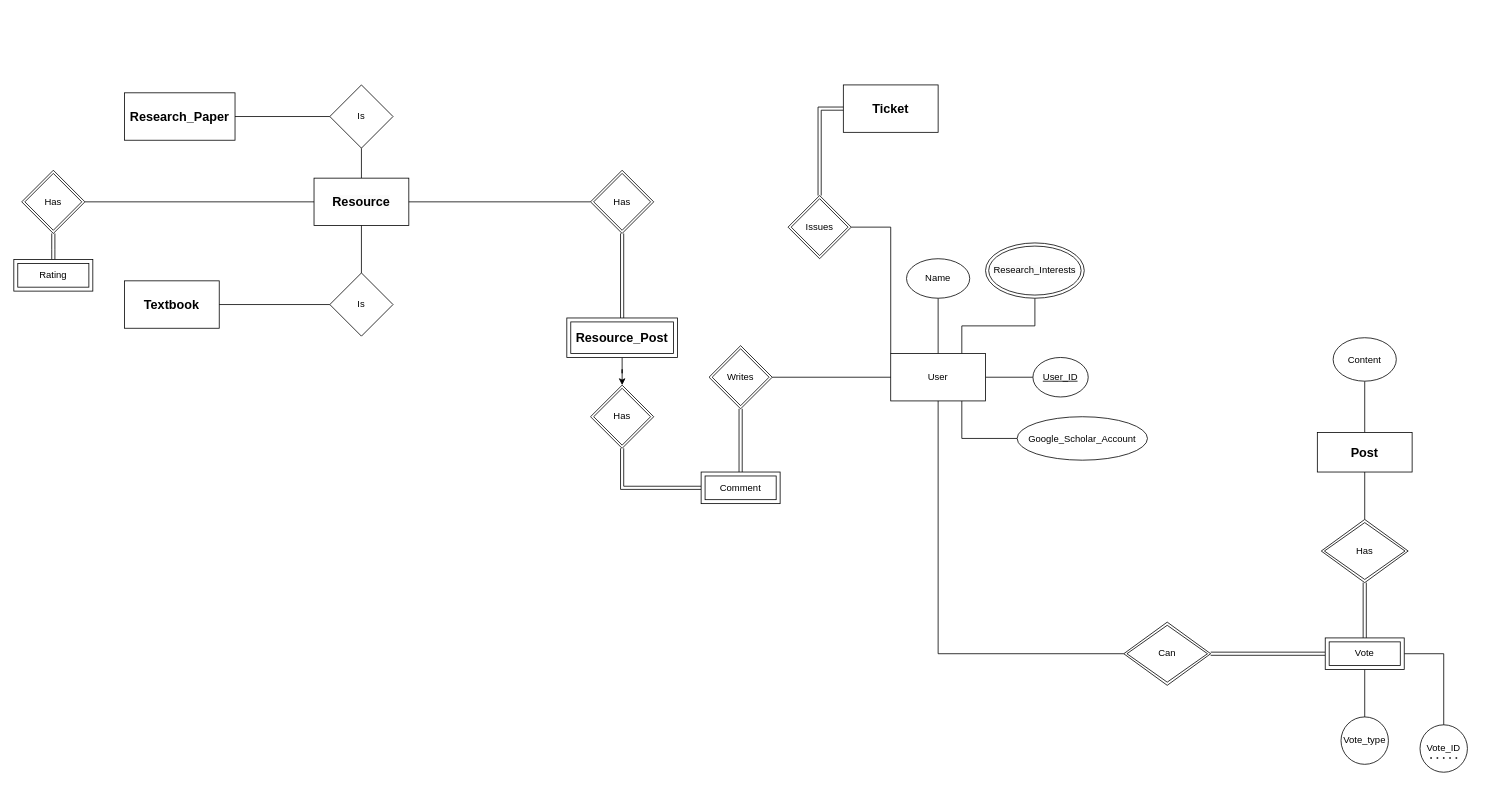
Above: ER Diagram.drawio in muhammed-ayman/ScholarStack (draw.io), before the change. Source tidied: cells renumbered, new cells numbered last; positions are measured from the earlier drawing's top-left corner, leaving out a move shared by most shapes. Both pictures are drawn from the tidied source at 79%, with x=0, y=0 at pixel (13, 85).
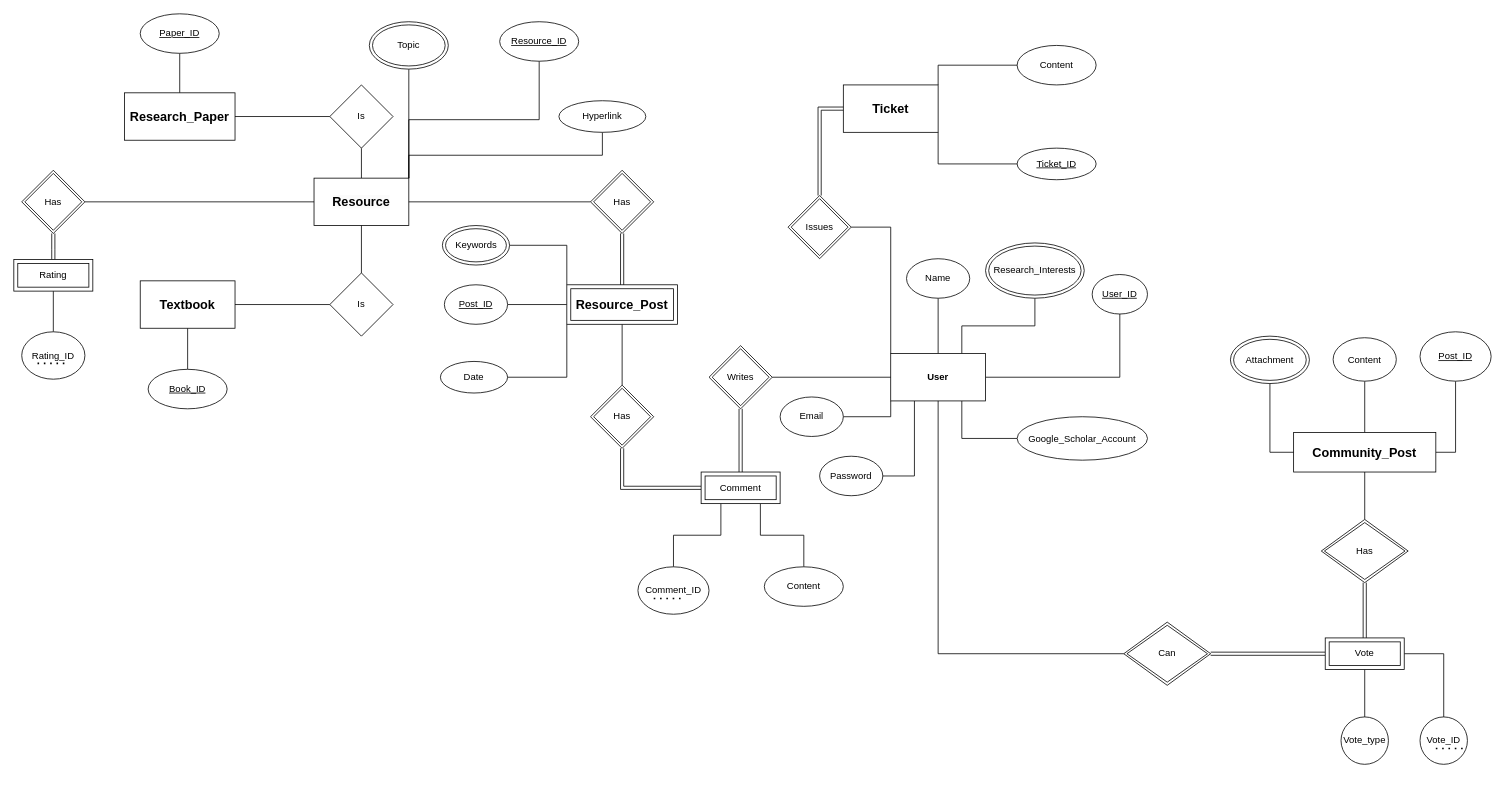
The same diagram, later.

Commit message:
added entities' attributes

The change refers to these unchanged cells:
```xml
<mxCell id="7" value="&lt;b id=&quot;docs-internal-guid-0319a5cd-7fff-a8cc-95c2-bb4110cfee90&quot; style=&quot;font-weight:normal;&quot;&gt;&lt;span style=&quot;font-size: 12pt; font-family: Arial; color: rgb(0, 0, 0); background-color: transparent; font-weight: 700; font-style: normal; font-variant: normal; text-decoration: none; vertical-align: baseline;&quot;&gt;Ticket&lt;/span&gt;&lt;/b&gt;" style="rounded=0;whiteSpace=wrap;html=1;" parent="1" vertex="1">
  <mxGeometry x="1050" width="120" height="60" as="geometry" />
</mxCell>
<mxCell id="13" value="&lt;b style=&quot;border-color: var(--border-color); color: rgb(0, 0, 0); font-family: Arial; font-size: 16px; font-style: normal; font-variant-ligatures: normal; font-variant-caps: normal; letter-spacing: normal; orphans: 2; text-align: center; text-indent: 0px; text-transform: none; widows: 2; word-spacing: 0px; -webkit-text-stroke-width: 0px; background-color: rgb(251, 251, 251); text-decoration-thickness: initial; text-decoration-style: initial; text-decoration-color: initial;&quot;&gt;Resource&lt;/b&gt;" style="rounded=0;whiteSpace=wrap;html=1;" parent="1" vertex="1">
  <mxGeometry x="380" y="118" width="120" height="60" as="geometry" />
</mxCell>
<mxCell id="14" value="&lt;font face=&quot;Arial&quot;&gt;&lt;span style=&quot;font-size: 16px;&quot;&gt;&lt;b&gt;Research_Paper&lt;/b&gt;&lt;/span&gt;&lt;/font&gt;" style="rounded=0;whiteSpace=wrap;html=1;" parent="1" vertex="1">
  <mxGeometry x="140" y="10" width="140" height="60" as="geometry" />
</mxCell>
<mxCell id="39" value="Rating" style="shape=ext;margin=3;double=1;whiteSpace=wrap;html=1;align=center;rounded=0;" parent="1" vertex="1">
  <mxGeometry y="221" width="100" height="40" as="geometry" />
</mxCell>
<mxCell id="46" value="Has" style="shape=rhombus;double=1;perimeter=rhombusPerimeter;whiteSpace=wrap;html=1;align=center;" parent="1" vertex="1">
  <mxGeometry x="730" y="380" width="80" height="80" as="geometry" />
</mxCell>
<mxCell id="47" value="Comment" style="shape=ext;margin=3;double=1;whiteSpace=wrap;html=1;align=center;rounded=0;" parent="1" vertex="1">
  <mxGeometry x="870" y="490" width="100" height="40" as="geometry" />
</mxCell>
```

What changed in the source:
```diff
@@
+    <mxCell id="54" style="edgeStyle=orthogonalEdgeStyle;rounded=0;jettySize=auto;html=1;exitX=0;exitY=1;exitDx=0;exitDy=0;entryX=1;entryY=0.5;entryDx=0;entryDy=0;endArrow=none;endFill=0;" parent="1" edge="1" source="6" target="73">
+      <mxGeometry relative="1" as="geometry" />
+    </mxCell>
+    <mxCell id="55" style="edgeStyle=orthogonalEdgeStyle;rounded=0;jettySize=auto;html=1;exitX=0.25;exitY=1;exitDx=0;exitDy=0;entryX=1;entryY=0.5;entryDx=0;entryDy=0;endArrow=none;endFill=0;" parent="1" edge="1" source="6" target="74">
+      <mxGeometry relative="1" as="geometry" />
+    </mxCell>
-    <mxCell id="6" value="User" style="rounded=0;whiteSpace=wrap;html=1;" parent="1" vertex="1">
+    <mxCell id="6" value="User" style="rounded=0;whiteSpace=wrap;html=1;fontStyle=1;" parent="1" vertex="1">
       <mxGeometry x="1110" y="340" width="120" height="60" as="geometry" />
     </mxCell>
+    <mxCell id="56" style="edgeStyle=orthogonalEdgeStyle;rounded=0;jettySize=auto;html=1;exitX=1;exitY=0;exitDx=0;exitDy=0;endArrow=none;endFill=0;" parent="1" edge="1" source="7" target="76">
+      <mxGeometry relative="1" as="geometry" />
+    </mxCell>
+    <mxCell id="57" style="edgeStyle=orthogonalEdgeStyle;rounded=0;jettySize=auto;html=1;exitX=1;exitY=1;exitDx=0;exitDy=0;entryX=0;entryY=0.5;entryDx=0;entryDy=0;endArrow=none;endFill=0;" parent="1" edge="1" source="7" target="75">
+      <mxGeometry relative="1" as="geometry" />
+    </mxCell>
@@
+    <mxCell id="58" style="edgeStyle=orthogonalEdgeStyle;rounded=0;jettySize=auto;html=1;entryX=0.5;entryY=0;entryDx=0;entryDy=0;endArrow=none;endFill=0;" parent="1" edge="1" source="8" target="84">
+      <mxGeometry relative="1" as="geometry" />
+    </mxCell>
     <mxCell id="8" value="&lt;b id=&quot;docs-internal-guid-718b6a08-7fff-b9a7-0453-49510cfb1dfd&quot; style=&quot;font-weight:normal;&quot;&gt;&lt;span style=&quot;font-size: 12pt; font-family: Arial; color: rgb(0, 0, 0); background-color: transparent; font-weight: 700; font-style: normal; font-variant: normal; text-decoration: none; vertical-align: baseline;&quot;&gt;Textbook&lt;/span&gt;&lt;/b&gt;" style="rounded=0;whiteSpace=wrap;html=1;" parent="1" vertex="1">
-      <mxGeometry x="140" y="248" width="120" height="60" as="geometry" />
+      <mxGeometry x="160" y="248" width="120" height="60" as="geometry" />
     </mxCell>
@@
+    <mxCell id="59" style="edgeStyle=orthogonalEdgeStyle;rounded=0;jettySize=auto;html=1;exitX=1;exitY=0.5;exitDx=0;exitDy=0;entryX=0.5;entryY=1;entryDx=0;entryDy=0;endArrow=none;endFill=0;" parent="1" edge="1" source="10" target="72">
+      <mxGeometry relative="1" as="geometry" />
+    </mxCell>
-    <mxCell id="10" value="&lt;b id=&quot;docs-internal-guid-7c196727-7fff-cf44-8b81-c02ef0bab3d8&quot; style=&quot;font-weight:normal;&quot;&gt;&lt;span style=&quot;font-size: 12pt; font-family: Arial; color: rgb(0, 0, 0); background-color: transparent; font-weight: 700; font-style: normal; font-variant: normal; text-decoration: none; vertical-align: baseline;&quot;&gt;Post&lt;/span&gt;&lt;/b&gt;" style="rounded=0;whiteSpace=wrap;html=1;" parent="1" vertex="1">
-      <mxGeometry x="1650" y="440" width="120" height="50" as="geometry" />
+    <mxCell id="10" value="&lt;b id=&quot;docs-internal-guid-7c196727-7fff-cf44-8b81-c02ef0bab3d8&quot; style=&quot;font-weight:normal;&quot;&gt;&lt;span style=&quot;font-size: 12pt; font-family: Arial; color: rgb(0, 0, 0); background-color: transparent; font-weight: 700; font-style: normal; font-variant: normal; text-decoration: none; vertical-align: baseline;&quot;&gt;Community_Post&lt;/span&gt;&lt;/b&gt;" style="rounded=0;whiteSpace=wrap;html=1;" parent="1" vertex="1">
+      <mxGeometry x="1620" y="440" width="180" height="50" as="geometry" />
     </mxCell>
@@
+    <mxCell id="60" style="edgeStyle=orthogonalEdgeStyle;rounded=0;jettySize=auto;html=1;exitX=1;exitY=0;exitDx=0;exitDy=0;entryX=0.5;entryY=1;entryDx=0;entryDy=0;endArrow=none;endFill=0;" parent="1" edge="1" source="13" target="81">
+      <mxGeometry relative="1" as="geometry" />
+    </mxCell>
+    <mxCell id="61" style="edgeStyle=orthogonalEdgeStyle;rounded=0;jettySize=auto;html=1;exitX=1;exitY=0;exitDx=0;exitDy=0;endArrow=none;endFill=0;" parent="1" edge="1" source="13" target="82">
+      <mxGeometry relative="1" as="geometry" />
+    </mxCell>
+    <mxCell id="62" style="edgeStyle=orthogonalEdgeStyle;rounded=0;jettySize=auto;html=1;exitX=1;exitY=0;exitDx=0;exitDy=0;entryX=0.5;entryY=1;entryDx=0;entryDy=0;endArrow=none;endFill=0;" parent="1" edge="1" source="13" target="85">
+      <mxGeometry relative="1" as="geometry" />
+    </mxCell>
@@
+    <mxCell id="63" style="edgeStyle=orthogonalEdgeStyle;rounded=0;jettySize=auto;html=1;entryX=0.5;entryY=1;entryDx=0;entryDy=0;endArrow=none;endFill=0;" parent="1" edge="1" source="14" target="83">
+      <mxGeometry relative="1" as="geometry" />
+    </mxCell>
@@
     <mxCell id="17" value="Vote_ID" style="ellipse;whiteSpace=wrap;html=1;" parent="1" vertex="1">
-      <mxGeometry x="1780" y="810" width="60" height="60" as="geometry" />
+      <mxGeometry x="1780" y="800" width="60" height="60" as="geometry" />
     </mxCell>
@@
     <mxCell id="22" style="endArrow=none;dashed=1;html=1;dashPattern=1 3;strokeWidth=2;rounded=0;" parent="1" edge="1">
       <mxGeometry relative="1" as="geometry">
-        <mxPoint x="1793" y="852" as="sourcePoint" />
-        <mxPoint x="1833" y="852" as="targetPoint" />
+        <mxPoint x="1800" y="840" as="sourcePoint" />
+        <mxPoint x="1840" y="840" as="targetPoint" />
       </mxGeometry>
     </mxCell>
@@
     <mxCell id="26" value="&lt;u&gt;User_ID&lt;/u&gt;" style="ellipse;whiteSpace=wrap;html=1;rounded=0;" parent="1" vertex="1">
-      <mxGeometry x="1290" y="345" width="70" height="50" as="geometry" />
+      <mxGeometry x="1365" y="240" width="70" height="50" as="geometry" />
     </mxCell>
@@
+    <mxCell id="64" style="edgeStyle=orthogonalEdgeStyle;rounded=0;jettySize=auto;html=1;exitX=0.5;exitY=1;exitDx=0;exitDy=0;endArrow=none;endFill=0;" parent="1" edge="1" source="39" target="88">
+      <mxGeometry relative="1" as="geometry" />
+    </mxCell>
@@
-    <mxCell id="40" style="edgeStyle=orthogonalEdgeStyle;rounded=0;jettySize=auto;html=1;exitX=0.5;exitY=1;exitDx=0;exitDy=0;" parent="1" edge="1" source="41" target="46">
+    <mxCell id="40" style="edgeStyle=orthogonalEdgeStyle;rounded=0;jettySize=auto;html=1;exitX=0.5;exitY=1;exitDx=0;exitDy=0;endArrow=none;endFill=0;" parent="1" edge="1" source="41" target="46">
       <mxGeometry relative="1" as="geometry" />
     </mxCell>
+    <mxCell id="65" style="edgeStyle=orthogonalEdgeStyle;rounded=0;jettySize=auto;html=1;exitX=0;exitY=0.5;exitDx=0;exitDy=0;entryX=1;entryY=0.5;entryDx=0;entryDy=0;endArrow=none;endFill=0;" parent="1" edge="1" source="41" target="78">
+      <mxGeometry relative="1" as="geometry" />
+    </mxCell>
+    <mxCell id="66" style="edgeStyle=orthogonalEdgeStyle;rounded=0;jettySize=auto;html=1;exitX=0;exitY=1;exitDx=0;exitDy=0;entryX=1;entryY=0.5;entryDx=0;entryDy=0;endArrow=none;endFill=0;" parent="1" edge="1" source="41" target="79">
+      <mxGeometry relative="1" as="geometry" />
+    </mxCell>
+    <mxCell id="67" style="edgeStyle=orthogonalEdgeStyle;rounded=0;jettySize=auto;html=1;exitX=0;exitY=0;exitDx=0;exitDy=0;entryX=1;entryY=0.5;entryDx=0;entryDy=0;endArrow=none;endFill=0;" parent="1" edge="1" source="41" target="80">
+      <mxGeometry relative="1" as="geometry" />
+    </mxCell>
     <mxCell id="41" value="&lt;b style=&quot;border-color: var(--border-color); font-family: Arial; font-size: 16px;&quot;&gt;Resource_Post&lt;/b&gt;" style="shape=ext;margin=3;double=1;whiteSpace=wrap;html=1;align=center;rounded=0;" parent="1" vertex="1">
-      <mxGeometry x="700" y="295" width="140" height="50" as="geometry" />
+      <mxGeometry x="700" y="253" width="140" height="50" as="geometry" />
     </mxCell>
@@
+    <mxCell id="68" style="edgeStyle=orthogonalEdgeStyle;rounded=0;jettySize=auto;html=1;exitX=0.75;exitY=1;exitDx=0;exitDy=0;endArrow=none;endFill=0;" parent="1" edge="1" source="47" target="77">
+      <mxGeometry relative="1" as="geometry" />
+    </mxCell>
+    <mxCell id="69" style="edgeStyle=orthogonalEdgeStyle;rounded=0;jettySize=auto;html=1;exitX=0.25;exitY=1;exitDx=0;exitDy=0;endArrow=none;endFill=0;entryX=0.5;entryY=0;entryDx=0;entryDy=0;" parent="1" edge="1" source="47" target="86">
+      <mxGeometry relative="1" as="geometry" />
+    </mxCell>
@@
+    <mxCell id="70" style="edgeStyle=orthogonalEdgeStyle;rounded=0;jettySize=auto;html=1;exitX=0.5;exitY=1;exitDx=0;exitDy=0;entryX=0;entryY=0.5;entryDx=0;entryDy=0;endArrow=none;endFill=0;" parent="1" edge="1" source="71" target="10">
+      <mxGeometry relative="1" as="geometry" />
+    </mxCell>
+    <mxCell id="71" value="Attachment" style="ellipse;shape=doubleEllipse;whiteSpace=wrap;html=1;" parent="1" vertex="1">
+      <mxGeometry x="1540" y="318" width="100" height="60" as="geometry" />
+    </mxCell>
+    <mxCell id="72" value="Post_ID" style="ellipse;whiteSpace=wrap;html=1;fontStyle=4;" parent="1" vertex="1">
+      <mxGeometry x="1780" y="312.5" width="90" height="62.5" as="geometry" />
+    </mxCell>
+    <mxCell id="73" value="Email" style="ellipse;whiteSpace=wrap;html=1;" parent="1" vertex="1">
+      <mxGeometry x="970" y="395" width="80" height="50" as="geometry" />
+    </mxCell>
+    <mxCell id="74" value="Password" style="ellipse;whiteSpace=wrap;html=1;" parent="1" vertex="1">
+      <mxGeometry x="1020" y="470" width="80" height="50" as="geometry" />
+    </mxCell>
+    <mxCell id="75" value="&lt;u&gt;Ticket_ID&lt;br&gt;&lt;/u&gt;" style="ellipse;whiteSpace=wrap;html=1;" parent="1" vertex="1">
+      <mxGeometry x="1270" y="80" width="100" height="40" as="geometry" />
+    </mxCell>
+    <mxCell id="76" value="Content" style="ellipse;whiteSpace=wrap;html=1;" parent="1" vertex="1">
+      <mxGeometry x="1270" y="-50" width="100" height="50" as="geometry" />
+    </mxCell>
+    <mxCell id="77" value="Content" style="ellipse;whiteSpace=wrap;html=1;" parent="1" vertex="1">
+      <mxGeometry x="950" y="610" width="100" height="50" as="geometry" />
+    </mxCell>
+    <mxCell id="78" value="&lt;u&gt;Post_ID&lt;br&gt;&lt;/u&gt;" style="ellipse;whiteSpace=wrap;html=1;" parent="1" vertex="1">
+      <mxGeometry x="545" y="253" width="80" height="50" as="geometry" />
+    </mxCell>
+    <mxCell id="79" value="Date" style="ellipse;whiteSpace=wrap;html=1;" parent="1" vertex="1">
+      <mxGeometry x="540" y="350" width="85" height="40" as="geometry" />
+    </mxCell>
+    <mxCell id="80" value="Keywords" style="ellipse;shape=doubleEllipse;whiteSpace=wrap;html=1;" parent="1" vertex="1">
+      <mxGeometry x="542.5" y="178" width="85" height="50" as="geometry" />
+    </mxCell>
+    <mxCell id="81" value="Hyperlink" style="ellipse;whiteSpace=wrap;html=1;" parent="1" vertex="1">
+      <mxGeometry x="690" y="20" width="110" height="40" as="geometry" />
+    </mxCell>
+    <mxCell id="82" value="Topic" style="ellipse;shape=doubleEllipse;whiteSpace=wrap;html=1;" parent="1" vertex="1">
+      <mxGeometry x="450" y="-80" width="100" height="60" as="geometry" />
+    </mxCell>
+    <mxCell id="83" value="Paper_ID" style="ellipse;whiteSpace=wrap;html=1;fontStyle=4;" parent="1" vertex="1">
+      <mxGeometry x="160" y="-90" width="100" height="50" as="geometry" />
+    </mxCell>
+    <mxCell id="84" value="Book_ID" style="ellipse;whiteSpace=wrap;html=1;fontStyle=4;" parent="1" vertex="1">
+      <mxGeometry x="170" y="360" width="100" height="50" as="geometry" />
+    </mxCell>
+    <mxCell id="85" value="Resource_ID" style="ellipse;whiteSpace=wrap;html=1;fontStyle=4;" parent="1" vertex="1">
+      <mxGeometry x="615" y="-80" width="100" height="50" as="geometry" />
+    </mxCell>
+    <mxCell id="86" value="Comment_ID" style="ellipse;whiteSpace=wrap;html=1;" parent="1" vertex="1">
+      <mxGeometry x="790" y="610" width="90" height="60" as="geometry" />
+    </mxCell>
+    <mxCell id="87" style="endArrow=none;dashed=1;html=1;dashPattern=1 3;strokeWidth=2;rounded=0;" parent="1" edge="1">
+      <mxGeometry relative="1" as="geometry">
+        <mxPoint x="810" y="650" as="sourcePoint" />
+        <mxPoint x="850" y="650" as="targetPoint" />
+      </mxGeometry>
+    </mxCell>
+    <mxCell id="88" value="Rating_ID" style="ellipse;whiteSpace=wrap;html=1;" parent="1" vertex="1">
+      <mxGeometry x="10" y="312.5" width="80" height="60" as="geometry" />
+    </mxCell>
+    <mxCell id="89" style="endArrow=none;dashed=1;html=1;dashPattern=1 3;strokeWidth=2;rounded=0;" parent="1" edge="1">
+      <mxGeometry relative="1" as="geometry">
+        <mxPoint x="30" y="352.5" as="sourcePoint" />
+        <mxPoint x="70" y="352.5" as="targetPoint" />
+      </mxGeometry>
+    </mxCell>
```
